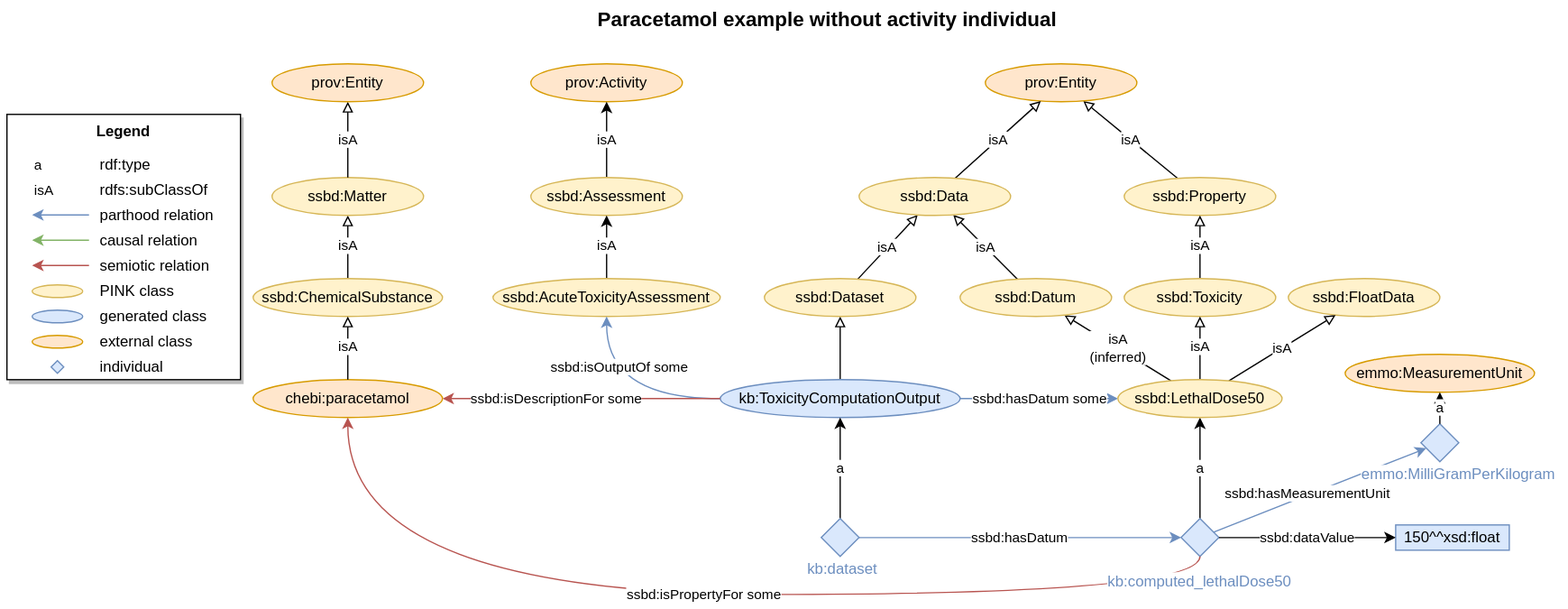
Earlier version of the draw.io export docs/figs/paracetamol-example-without-activity-individual.svg (ssbd-ontology/core). Source tidied: cells renumbered, new cells last; positions are measured from the earlier drawing's top-left corner, leaving out a move shared by most shapes.
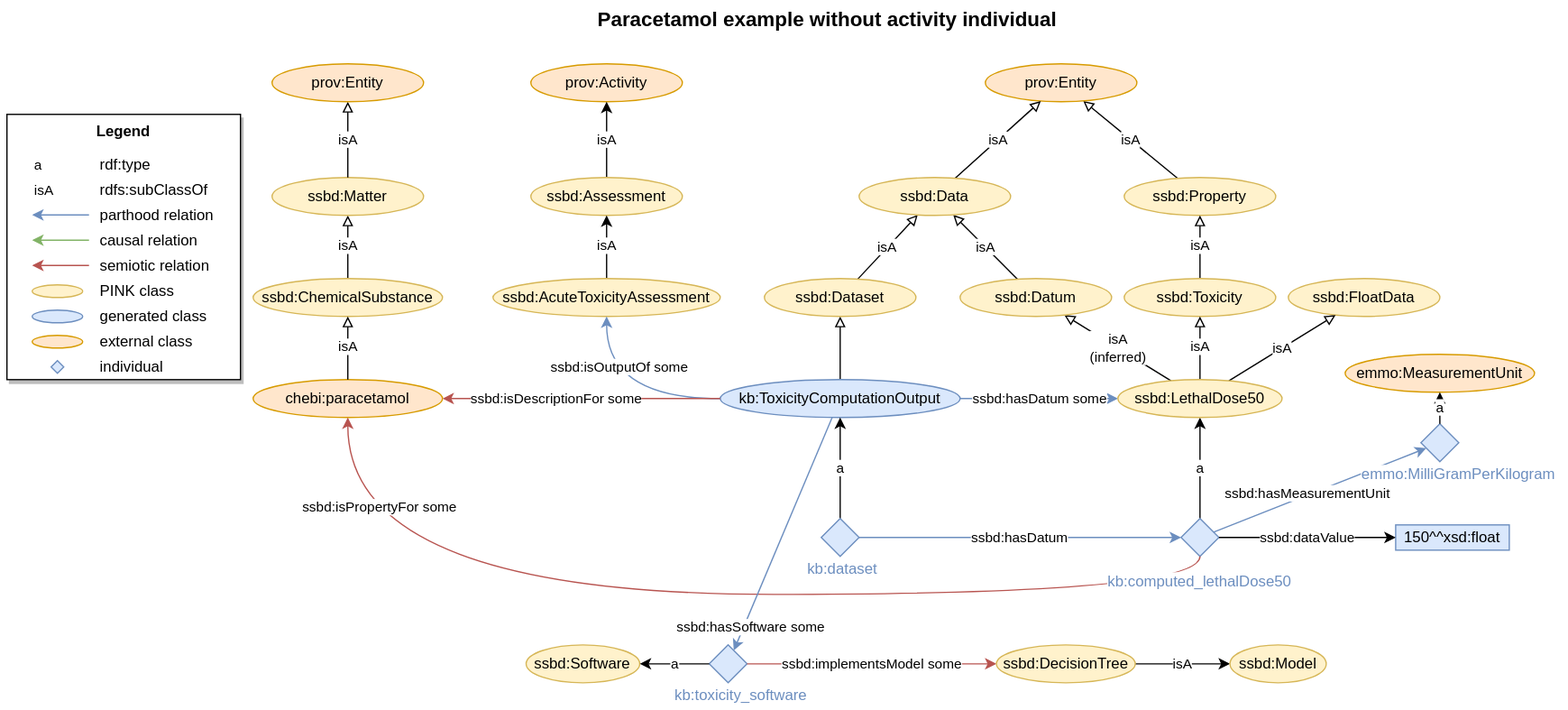
The same diagram one commit later.

Change to the diagram source:
```diff
@@ -3,7 +3,7 @@
     <mxCell id="0" />
     <mxCell id="1" parent="0" />
     <mxCell id="2" style="rounded=0;whiteSpace=wrap;html=1;labelBackgroundColor=default;fontColor=#6C8EBF;strokeColor=none;" parent="1" vertex="1">
-      <mxGeometry width="1240" height="480" as="geometry" />
+      <mxGeometry width="1240" height="560" as="geometry" />
     </mxCell>
     <mxCell id="3" value="ssbd:hasMeasurementUnit" style="endArrow=classic;html=1;rounded=0;fillColor=#dae8fc;strokeColor=#6c8ebf;" parent="1" edge="1" source="25" target="62">
       <mxGeometry x="-0.11" y="1" relative="1" as="geometry" />
@@ -80,7 +80,7 @@
       <mxGeometry relative="1" as="geometry" />
     </mxCell>
     <mxCell id="27" value="ssbd:isPropertyFor some" style="edgeStyle=orthogonalEdgeStyle;shape=connector;rounded=0;jettySize=auto;html=1;strokeColor=#b85450;align=center;verticalAlign=middle;fontFamily=Helvetica;fontSize=11;fontColor=default;labelBackgroundColor=default;endArrow=classic;endFill=1;curved=1;fillColor=#f8cecc;exitX=0.5;exitY=1;exitDx=0;exitDy=0;" parent="1" edge="1" source="25" target="6">
-      <mxGeometry relative="1" as="geometry">
+      <mxGeometry x="0.83" y="-25" relative="1" as="geometry">
         <Array as="points">
           <mxPoint x="950" y="470" />
           <mxPoint x="275" y="470" />
@@ -228,5 +228,32 @@
     <mxCell id="71" value="ssbd:isDescriptionFor some" style="endArrow=none;html=1;rounded=0;strokeColor=#B85450;align=center;verticalAlign=middle;fontFamily=Helvetica;fontSize=11;fontColor=default;labelBackgroundColor=default;edgeStyle=orthogonalEdgeStyle;curved=1;startFill=1;startArrow=classic;fillColor=#dae8fc;" parent="1" edge="1" source="6" target="13">
       <mxGeometry x="-0.18" relative="1" as="geometry" />
     </mxCell>
+    <mxCell id="72" style="rhombus;whiteSpace=wrap;html=1;fillColor=#dae8fc;strokeColor=#6c8ebf;" parent="1" vertex="1">
+      <mxGeometry x="561.2" y="510" width="30" height="30" as="geometry" />
+    </mxCell>
+    <mxCell id="73" value="ssbd:implementsModel some" style="edgeStyle=none;shape=connector;rounded=0;jettySize=auto;html=1;strokeColor=#b85450;align=center;verticalAlign=middle;fontFamily=Helvetica;fontSize=11;fontColor=default;labelBackgroundColor=default;endArrow=classic;endFill=1;fillColor=#f8cecc;entryX=0;entryY=0.5;entryDx=0;entryDy=0;" parent="1" edge="1" source="72" target="77">
+      <mxGeometry relative="1" as="geometry" />
+    </mxCell>
+    <mxCell id="74" value="kb:toxicity_software" style="text;html=1;align=right;verticalAlign=middle;whiteSpace=wrap;rounded=0;fontColor=#6C8EBF;" parent="1" vertex="1">
+      <mxGeometry x="511.2" y="540" width="130" height="20" as="geometry" />
+    </mxCell>
+    <mxCell id="75" value="ssbd:Software" style="ellipse;whiteSpace=wrap;html=1;fillColor=#fff2cc;strokeColor=#d6b656;" parent="1" vertex="1">
+      <mxGeometry x="416.2" y="510" width="90" height="30" as="geometry" />
+    </mxCell>
+    <mxCell id="76" value="isA" style="edgeStyle=orthogonalEdgeStyle;rounded=0;jettySize=auto;html=1;entryX=0;entryY=0.5;entryDx=0;entryDy=0;" parent="1" edge="1" source="77" target="79">
+      <mxGeometry relative="1" as="geometry" />
+    </mxCell>
+    <mxCell id="77" value="ssbd:DecisionTree" style="ellipse;whiteSpace=wrap;html=1;fillColor=#fff2cc;strokeColor=#d6b656;" parent="1" vertex="1">
+      <mxGeometry x="788.8" y="510" width="110" height="30" as="geometry" />
+    </mxCell>
+    <mxCell id="78" value="a" style="rounded=0;jettySize=auto;html=1;" parent="1" edge="1" source="72" target="75">
+      <mxGeometry relative="1" as="geometry" />
+    </mxCell>
+    <mxCell id="79" value="ssbd:Model" style="ellipse;whiteSpace=wrap;html=1;fillColor=#fff2cc;strokeColor=#d6b656;" parent="1" vertex="1">
+      <mxGeometry x="973.8" y="510" width="76.2" height="30" as="geometry" />
+    </mxCell>
+    <mxCell id="80" value="ssbd:hasSoftware some" style="edgeStyle=none;shape=connector;rounded=0;jettySize=auto;html=1;strokeColor=#6c8ebf;align=center;verticalAlign=middle;fontFamily=Helvetica;fontSize=11;fontColor=default;labelBackgroundColor=default;endArrow=classic;endFill=1;fillColor=#dae8fc;" parent="1" edge="1" source="13" target="72">
+      <mxGeometry x="0.78" y="5" relative="1" as="geometry" />
+    </mxCell>
   </root>
 </mxGraphModel>
```
